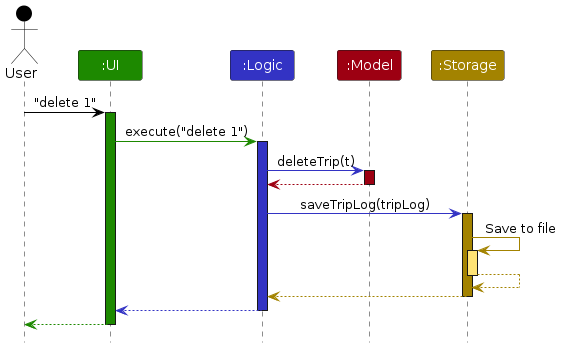
Above: diagrams/ArchitectureSequenceDiagram.png in AY2526S2-CS2103-F13-2/tp (PlantUML), before the change. Its source is kept beside it as diagrams/ArchitectureSequenceDiagram.puml.
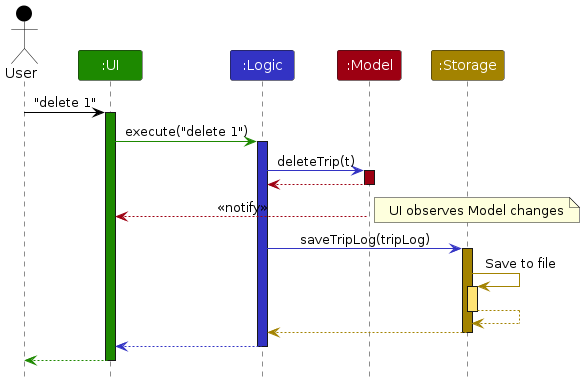
After the commit.

Change to the diagram source:
```diff
@@ -20,6 +20,9 @@
 model -[MODEL_COLOR]-> logic
 deactivate model
 
+ui <[MODEL_COLOR]-- model : <<notify>>
+note right: UI observes Model changes
+
 logic -[LOGIC_COLOR]> storage : saveTripLog(tripLog)
 activate storage STORAGE_COLOR
 
```
